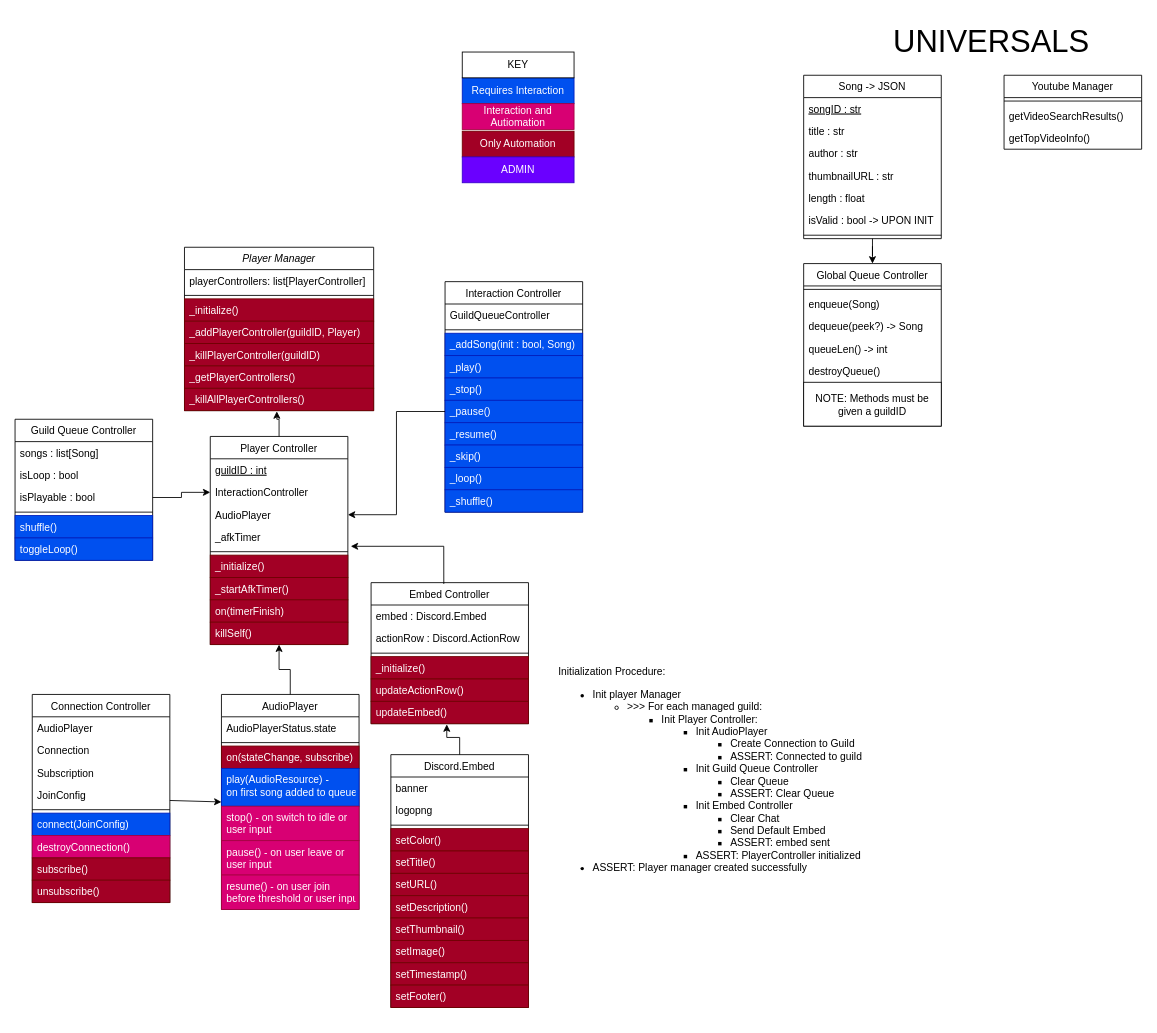
Above: planning/draw.io/Player_Controller_Class_Diagram.drawio in LukeLeimbach/music-discord-bot (draw.io), before the change. Source tidied: cells renumbered, new cells numbered last; positions are measured from the earlier drawing's top-left corner, leaving out a move shared by most shapes. Both pictures are drawn from the tidied source at 86%, with x=0, y=0 at pixel (15, 15).
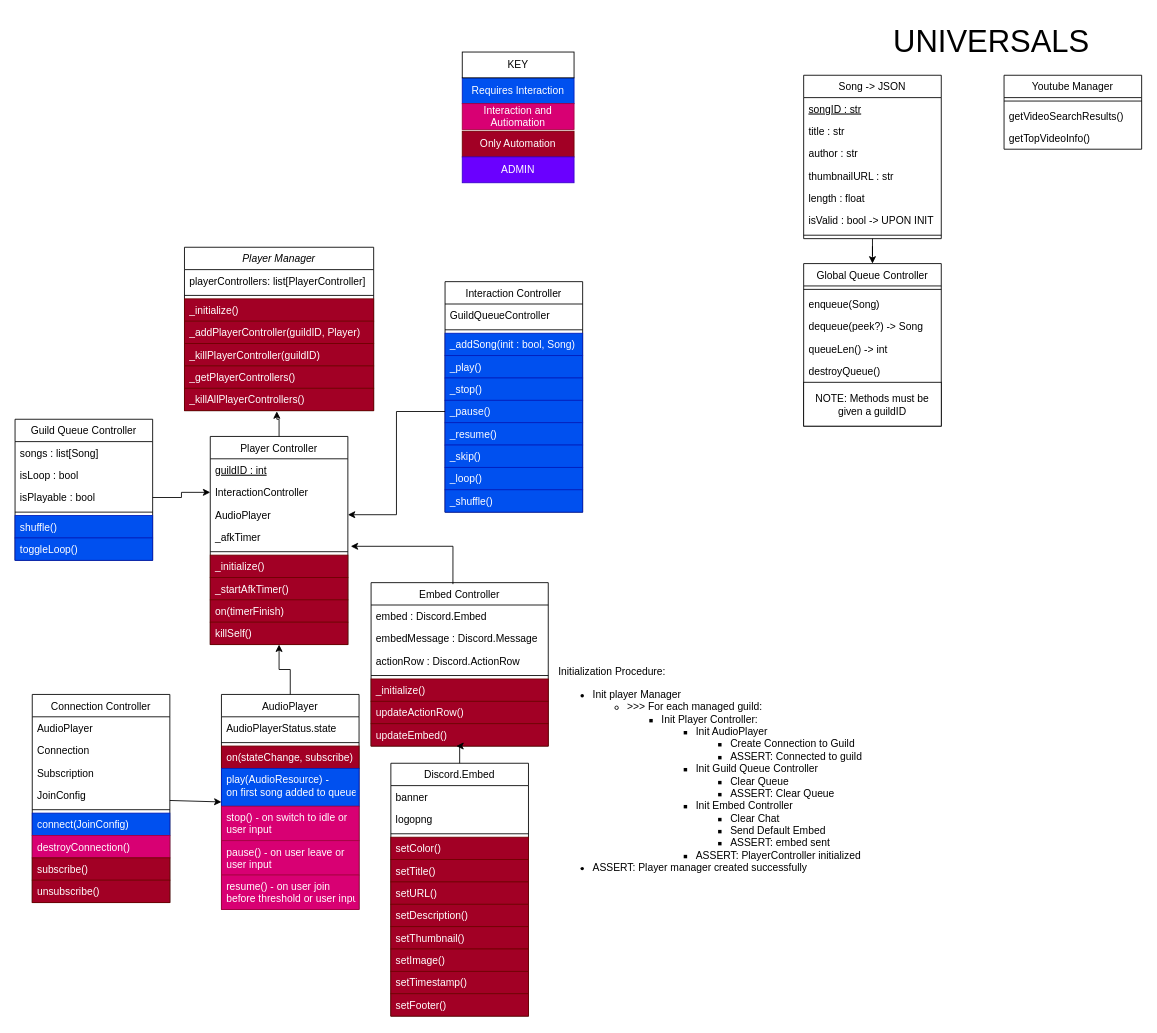
Above is the later version.

The edit, as a diff of the source:
```diff
@@
     <mxCell id="58" value="Embed Controller" style="swimlane;fontStyle=0;align=center;verticalAlign=top;horizontal=1;startSize=26;rounded=0;shadow=0;strokeWidth=1;" parent="1" vertex="1">
-      <mxGeometry x="414" y="660" width="183" height="164" as="geometry" />
+      <mxGeometry x="414" y="660" width="206" height="190" as="geometry" />
     </mxCell>
     <mxCell id="59" value="embed : Discord.Embed" style="text;align=left;verticalAlign=top;spacingLeft=4;spacingRight=4;overflow=hidden;rounded=0;shadow=0;html=0;" parent="58" vertex="1">
-      <mxGeometry y="26" width="183" height="26" as="geometry" />
+      <mxGeometry y="26" width="206" height="26" as="geometry" />
     </mxCell>
+    <mxCell id="109" value="embedMessage : Discord.Message" style="text;align=left;verticalAlign=top;spacingLeft=4;spacingRight=4;overflow=hidden;rounded=0;shadow=0;html=0;" parent="58" vertex="1">
+      <mxGeometry y="52" width="206" height="26" as="geometry" />
+    </mxCell>
     <mxCell id="60" value="actionRow : Discord.ActionRow" style="text;align=left;verticalAlign=top;spacingLeft=4;spacingRight=4;overflow=hidden;rounded=0;shadow=0;html=0;" parent="58" vertex="1">
-      <mxGeometry y="52" width="183" height="26" as="geometry" />
+      <mxGeometry y="78" width="206" height="26" as="geometry" />
     </mxCell>
     <mxCell id="61" style="line;html=1;strokeWidth=1;align=left;verticalAlign=middle;spacingTop=-1;spacingLeft=3;spacingRight=3;labelPosition=right;" parent="58" vertex="1">
-      <mxGeometry y="78" width="183" height="8" as="geometry" />
+      <mxGeometry y="104" width="206" height="8" as="geometry" />
     </mxCell>
     <mxCell id="62" value="_initialize()" style="text;align=left;verticalAlign=top;spacingLeft=4;spacingRight=4;overflow=hidden;rounded=0;shadow=0;html=0;fillColor=#a20025;fontColor=#ffffff;strokeColor=#6F0000;" parent="58" vertex="1">
-      <mxGeometry y="86" width="183" height="26" as="geometry" />
+      <mxGeometry y="112" width="206" height="26" as="geometry" />
     </mxCell>
     <mxCell id="63" value="updateActionRow()" style="text;align=left;verticalAlign=top;spacingLeft=4;spacingRight=4;overflow=hidden;rounded=0;shadow=0;html=0;fillColor=#a20025;fontColor=#ffffff;strokeColor=#6F0000;" parent="58" vertex="1">
-      <mxGeometry y="112" width="183" height="26" as="geometry" />
+      <mxGeometry y="138" width="206" height="26" as="geometry" />
     </mxCell>
     <mxCell id="64" value="updateEmbed()" style="text;align=left;verticalAlign=top;spacingLeft=4;spacingRight=4;overflow=hidden;points=[[0,0.5],[1,0.5]];portConstraint=eastwest;rounded=0;shadow=0;html=0;fillColor=#a20025;fontColor=#ffffff;strokeColor=#6F0000;" parent="58" vertex="1">
-      <mxGeometry y="138" width="183" height="26" as="geometry" />
+      <mxGeometry y="164" width="206" height="26" as="geometry" />
     </mxCell>
@@
     <mxCell id="73" value="Discord.Embed" style="swimlane;fontStyle=0;align=center;verticalAlign=top;horizontal=1;startSize=26;rounded=0;shadow=0;strokeWidth=1;" parent="1" vertex="1">
-      <mxGeometry x="437" y="860" width="160" height="294" as="geometry" />
+      <mxGeometry x="437" y="870" width="160" height="294" as="geometry" />
     </mxCell>
```
